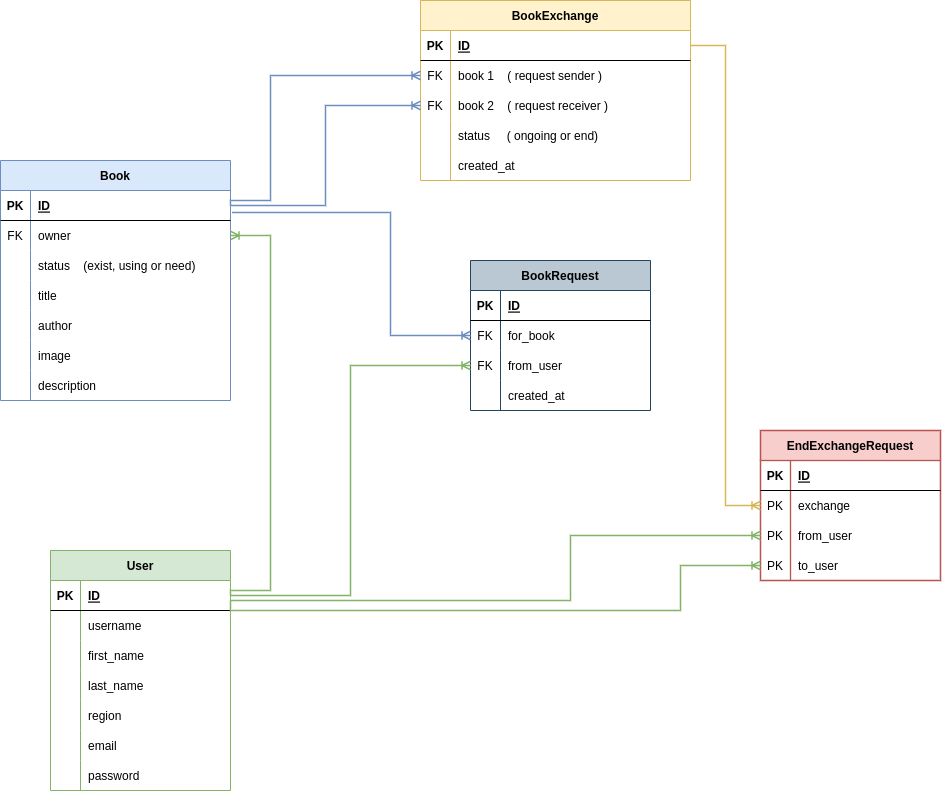
Above: Book_Exchange.drawio.png in sobirjonovme/book_exchange_api (draw.io), before the change. Source tidied: cells renumbered, new cells last; positions are measured from the earlier drawing's top-left corner, leaving out a move shared by most shapes.
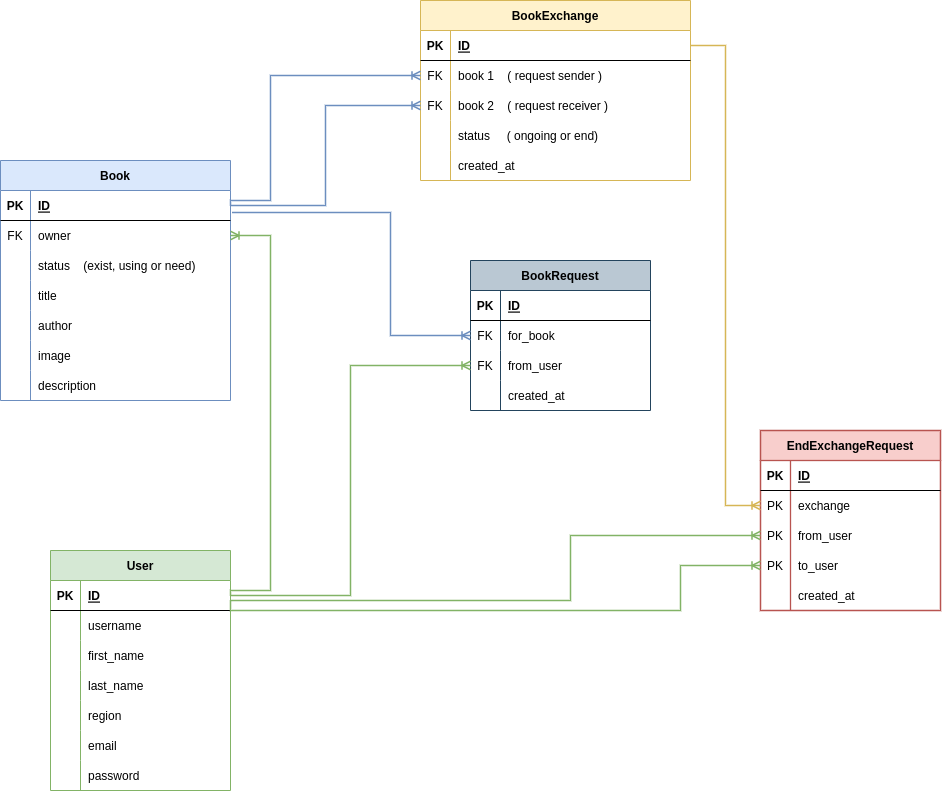
The same file after the commit.

The edit, as a diff of the source:
```diff
@@ -259,7 +259,7 @@
       </mxGeometry>
     </mxCell>
     <mxCell id="80" value="EndExchangeRequest" style="shape=table;startSize=30;rowLines=0;fontStyle=1;align=center;fillColor=#f8cecc;strokeColor=#b85450;strokeWidth=1.3;" parent="1" vertex="1">
-      <mxGeometry x="760" y="430" width="180" height="150" as="geometry" />
+      <mxGeometry x="760" y="430" width="180" height="180" as="geometry" />
     </mxCell>
     <mxCell id="81" style="shape=tableRow;horizontal=0;startSize=0;swimlaneHead=0;swimlaneBody=0;fillColor=none;top=0;left=0;right=0;bottom=1;" parent="80" vertex="1">
       <mxGeometry y="30" width="180" height="30" as="geometry" />
@@ -297,6 +297,15 @@
     <mxCell id="92" value="to_user" style="shape=partialRectangle;fillColor=none;top=0;left=0;bottom=0;right=0;align=left;spacingLeft=6;overflow=hidden;" parent="90" vertex="1">
       <mxGeometry x="30" width="150" height="30" as="geometry" />
     </mxCell>
+    <mxCell id="96" style="shape=tableRow;horizontal=0;startSize=0;swimlaneHead=0;swimlaneBody=0;fillColor=none;top=0;left=0;right=0;bottom=0;" parent="80" vertex="1">
+      <mxGeometry y="150" width="180" height="30" as="geometry" />
+    </mxCell>
+    <mxCell id="97" style="shape=partialRectangle;fillColor=none;top=0;left=0;bottom=0;right=0;overflow=hidden;" parent="96" vertex="1">
+      <mxGeometry width="30" height="30" as="geometry" />
+    </mxCell>
+    <mxCell id="98" value="created_at" style="shape=partialRectangle;fillColor=none;top=0;left=0;bottom=0;right=0;align=left;spacingLeft=6;overflow=hidden;" parent="96" vertex="1">
+      <mxGeometry x="30" width="150" height="30" as="geometry" />
+    </mxCell>
     <mxCell id="93" style="fontSize=12;html=1;endArrow=ERoneToMany;rounded=0;entryX=0;entryY=0.5;entryDx=0;entryDy=0;fillColor=#d5e8d4;strokeColor=#82b366;strokeWidth=1.5;edgeStyle=orthogonalEdgeStyle;" parent="1" edge="1" target="87">
       <mxGeometry relative="1" as="geometry">
         <mxPoint x="230" y="600" as="sourcePoint" />
```
